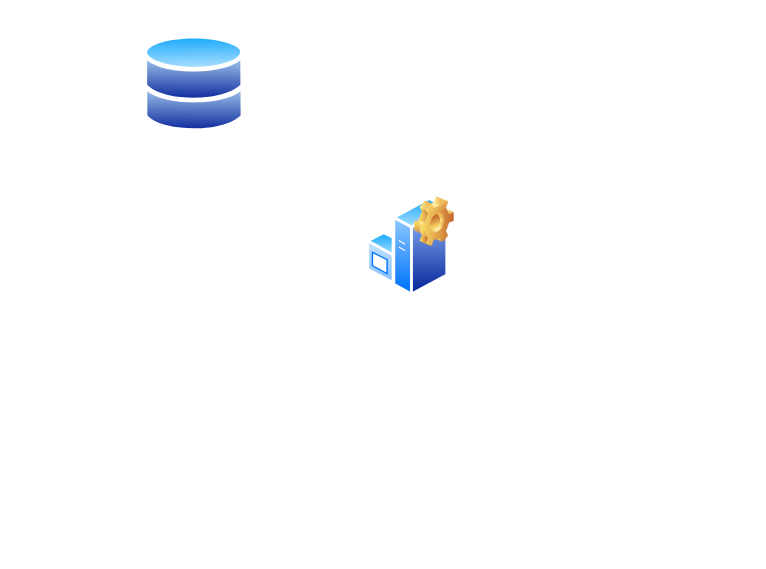
This is Diagrama sin título.drawio from ehedeimt/weatheralert, a draw.io file, before an edit. Source tidied: cells renumbered, new cells numbered last; positions are measured from the earlier drawing's top-left corner, leaving out a move shared by most shapes. Both pictures are drawn from the tidied source at 125%, with x=0, y=0 at pixel (55, 32).
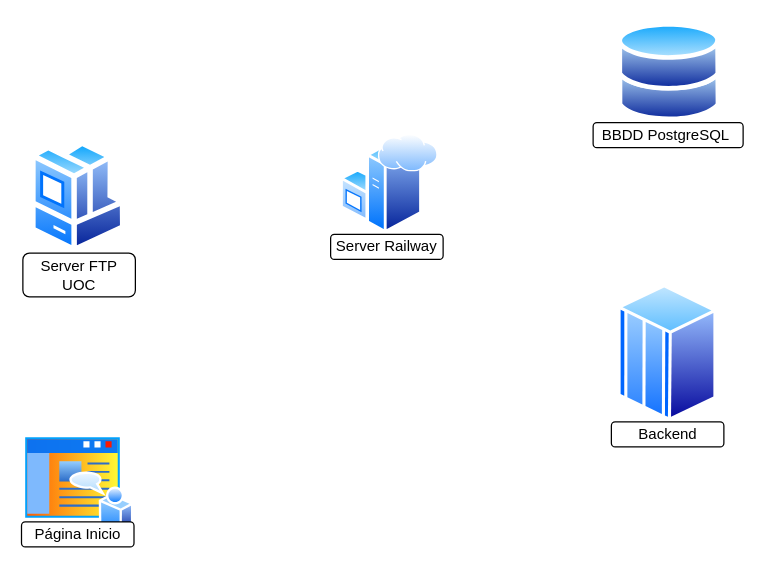
Above is the later version.

Diff of the diagram source:
```diff
@@
 <mxGraphModel>
   <root>
     <mxCell id="0" />
     <mxCell id="1" parent="0" />
     <mxCell id="2" style="group;" parent="1" vertex="1">
       <mxGeometry y="41" width="90" height="100" as="geometry" />
     </mxCell>
-    <mxCell id="3" style="image;perimeter=ellipsePerimeter;html=1;align=center;shadow=0;dashed=0;spacingTop=3;image=img/lib/active_directory/databases.svg;" parent="1" vertex="1">
-      <mxGeometry x="70" y="0.4" width="82.2" height="80.6" as="geometry" />
-    </mxCell>
+    <mxCell id="7" style="group;" parent="1" vertex="1">
+      <mxGeometry x="220" y="81" width="116.5" height="100" as="geometry" />
+    </mxCell>
-    <mxCell id="4" style="group;" parent="1" vertex="1">
-      <mxGeometry x="249" y="131" width="70" height="80" as="geometry" />
+    <mxCell id="4" style="group;" parent="7" vertex="1">
+      <mxGeometry x="8" width="108.5" height="80" as="geometry" />
     </mxCell>
     <mxCell id="5" style="image;perimeter=ellipsePerimeter;html=1;align=center;shadow=0;dashed=0;spacingTop=3;image=img/lib/active_directory/windows_server.svg;" parent="4" vertex="1">
       <mxGeometry width="65.6" height="80" as="geometry" />
     </mxCell>
-    <mxCell id="6" style="shape=image;html=1;verticalLabelPosition=bottom;verticalAlign=top;imageAspect=0;image=img/clipart/Gear_128x128.png;" parent="4" vertex="1">
-      <mxGeometry x="38.2" width="31.8" height="40" as="geometry" />
-    </mxCell>
+    <mxCell id="8" style="image;perimeter=ellipsePerimeter;html=1;align=center;shadow=0;dashed=0;spacingTop=3;image=img/lib/active_directory/internet_cloud.svg;" parent="4" vertex="1">
+      <mxGeometry x="30.2" width="48" height="30.2" as="geometry" />
+    </mxCell>
+    <mxCell id="9" value="Server Railway" style="rounded=1;whiteSpace=wrap;html=1;" parent="7" vertex="1">
+      <mxGeometry y="80" width="90" height="20" as="geometry" />
+    </mxCell>
+    <mxCell id="10" style="group;" parent="1" vertex="1">
+      <mxGeometry x="430" y="-9" width="120" height="100.6" as="geometry" />
+    </mxCell>
+    <mxCell id="3" style="image;perimeter=ellipsePerimeter;html=1;align=center;shadow=0;dashed=0;spacingTop=3;image=img/lib/active_directory/databases.svg;" parent="10" vertex="1">
+      <mxGeometry x="20" width="82.2" height="80.6" as="geometry" />
+    </mxCell>
+    <mxCell id="11" value="BBDD PostgreSQL&amp;nbsp;" style="rounded=1;whiteSpace=wrap;html=1;" parent="10" vertex="1">
+      <mxGeometry y="80.6" width="120" height="20" as="geometry" />
+    </mxCell>
+    <mxCell id="12" style="group;" parent="1" vertex="1">
+      <mxGeometry x="-27.3" y="321" width="90" height="90" as="geometry" />
+    </mxCell>
+    <mxCell id="13" style="image;perimeter=ellipsePerimeter;html=1;align=center;shadow=0;dashed=0;spacingTop=3;image=img/lib/active_directory/home_page.svg;" parent="12" vertex="1">
+      <mxGeometry x="1.1" width="88.9" height="80" as="geometry" />
+    </mxCell>
+    <mxCell id="14" value="Página Inicio" style="rounded=1;whiteSpace=wrap;html=1;" parent="12" vertex="1">
+      <mxGeometry y="70" width="90" height="20" as="geometry" />
+    </mxCell>
+    <mxCell id="15" style="group;" parent="1" vertex="1">
+      <mxGeometry x="-26.2" y="86" width="90" height="125" as="geometry" />
+    </mxCell>
+    <mxCell id="16" style="image;perimeter=ellipsePerimeter;html=1;align=center;shadow=0;dashed=0;spacingTop=3;image=img/lib/active_directory/workstation_client.svg;" parent="15" vertex="1">
+      <mxGeometry x="6.2" width="76.5" height="90" as="geometry" />
+    </mxCell>
+    <mxCell id="17" value="Server FTP UOC" style="rounded=1;whiteSpace=wrap;html=1;" parent="15" vertex="1">
+      <mxGeometry y="90" width="90" height="35" as="geometry" />
+    </mxCell>
+    <mxCell id="18" style="group;" parent="1" vertex="1">
+      <mxGeometry x="444.6" y="201" width="90" height="130" as="geometry" />
+    </mxCell>
+    <mxCell id="19" style="image;perimeter=ellipsePerimeter;html=1;align=center;shadow=0;dashed=0;spacingTop=3;image=img/lib/active_directory/mainframe_host.svg;" parent="18" vertex="1">
+      <mxGeometry x="5.4" width="79.2" height="110" as="geometry" />
+    </mxCell>
+    <mxCell id="20" value="Backend" style="rounded=1;whiteSpace=wrap;html=1;" parent="18" vertex="1">
+      <mxGeometry y="110" width="90" height="20" as="geometry" />
+    </mxCell>
   </root>
 </mxGraphModel>
```
